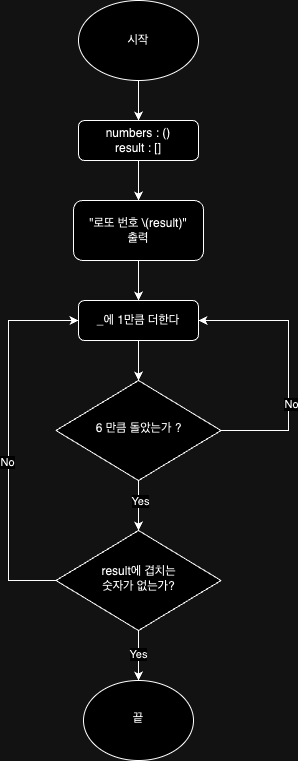
Before: CodeStarterCamp_Week2/step1_순서도.png, a diagram exported from draw.io (yagom-academy/swift-starter-Round2). Source tidied: cells renumbered, new cells last; positions are measured from the earlier drawing's top-left corner, leaving out a move shared by most shapes.
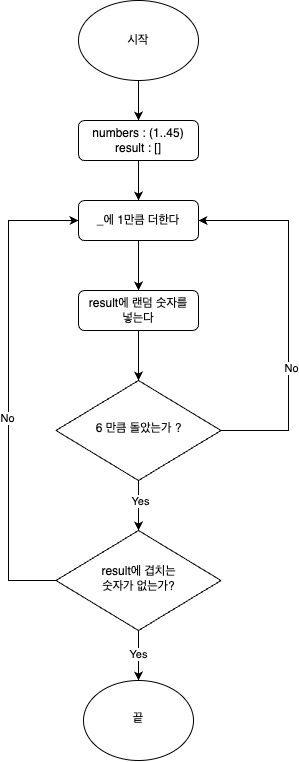
Above is the later version.

Commit message:
순서도 수정

What changed in the source:
```diff
@@ -2,35 +2,29 @@
   <root>
     <mxCell id="0" />
     <mxCell id="1" parent="0" />
+    <mxCell id="21" style="edgeStyle=orthogonalEdgeStyle;rounded=0;jettySize=auto;html=1;" parent="1" edge="1" source="2" target="9">
+      <mxGeometry relative="1" as="geometry" />
+    </mxCell>
-    <mxCell id="2" value="numbers : ()&lt;br&gt;result : []" style="rounded=1;whiteSpace=wrap;html=1;fontSize=12;glass=0;strokeWidth=1;shadow=0;" parent="1" vertex="1">
+    <mxCell id="2" value="numbers : (1..45)&lt;br&gt;result : []" style="rounded=1;whiteSpace=wrap;html=1;fontSize=12;glass=0;strokeWidth=1;shadow=0;" parent="1" vertex="1">
       <mxGeometry x="70" y="120" width="120" height="40" as="geometry" />
     </mxCell>
     <mxCell id="3" value="시작" style="ellipse;whiteSpace=wrap;html=1;" parent="1" vertex="1">
       <mxGeometry x="70" width="120" height="80" as="geometry" />
     </mxCell>
-    <mxCell id="4" style="edgeStyle=orthogonalEdgeStyle;rounded=0;jettySize=auto;html=1;" parent="1" edge="1" source="5" target="9">
-      <mxGeometry relative="1" as="geometry" />
-    </mxCell>
-    <mxCell id="5" value="&quot;로또 번호 \(result)&quot; &lt;br&gt;출력" style="rounded=1;whiteSpace=wrap;html=1;" parent="1" vertex="1">
-      <mxGeometry x="65" y="200" width="130" height="60" as="geometry" />
-    </mxCell>
-    <mxCell id="6" style="endArrow=classic;html=1;rounded=0;exitX=0.5;exitY=1;exitDx=0;exitDy=0;entryX=0.5;entryY=0;entryDx=0;entryDy=0;" parent="1" edge="1" source="2" target="5">
-      <mxGeometry relative="1" as="geometry" />
-    </mxCell>
     <mxCell id="7" style="endArrow=classic;html=1;rounded=0;exitX=0.5;exitY=1;exitDx=0;exitDy=0;" parent="1" edge="1" source="3" target="2">
       <mxGeometry relative="1" as="geometry" />
     </mxCell>
-    <mxCell id="8" style="edgeStyle=orthogonalEdgeStyle;rounded=0;jettySize=auto;html=1;" parent="1" edge="1" source="9" target="14">
-      <mxGeometry relative="1" as="geometry" />
-    </mxCell>
+    <mxCell id="22" style="edgeStyle=orthogonalEdgeStyle;rounded=0;jettySize=auto;html=1;" parent="1" edge="1" source="9" target="24">
+      <mxGeometry relative="1" as="geometry" />
+    </mxCell>
     <mxCell id="9" value="_에 1만큼 더한다" style="rounded=1;whiteSpace=wrap;html=1;fontSize=12;glass=0;strokeWidth=1;shadow=0;" parent="1" vertex="1">
-      <mxGeometry x="70" y="300" width="120" height="40" as="geometry" />
+      <mxGeometry x="70" y="200" width="120" height="40" as="geometry" />
     </mxCell>
     <mxCell id="10" style="edgeStyle=orthogonalEdgeStyle;rounded=0;jettySize=auto;html=1;entryX=1;entryY=0.5;entryDx=0;entryDy=0;" parent="1" edge="1" source="14" target="9">
       <mxGeometry relative="1" as="geometry">
         <Array as="points">
           <mxPoint x="280" y="430" />
-          <mxPoint x="280" y="320" />
+          <mxPoint x="280" y="220" />
         </Array>
       </mxGeometry>
     </mxCell>
@@ -62,12 +56,18 @@
       <mxGeometry relative="1" as="geometry">
         <Array as="points">
           <mxPoint y="580" />
-          <mxPoint y="320" />
+          <mxPoint y="220" />
         </Array>
       </mxGeometry>
     </mxCell>
     <mxCell id="20" value="No" style="edgeLabel;html=1;align=center;verticalAlign=middle;" parent="19" vertex="1">
       <mxGeometry x="-0.12" y="2" relative="1" as="geometry" />
     </mxCell>
+    <mxCell id="23" style="edgeStyle=orthogonalEdgeStyle;rounded=0;jettySize=auto;html=1;" parent="1" edge="1" source="24" target="14">
+      <mxGeometry relative="1" as="geometry" />
+    </mxCell>
+    <mxCell id="24" value="result에 랜덤 숫자를 &lt;br&gt;넣는다" style="rounded=1;whiteSpace=wrap;html=1;fontSize=12;glass=0;strokeWidth=1;shadow=0;" parent="1" vertex="1">
+      <mxGeometry x="70" y="290" width="120" height="40" as="geometry" />
+    </mxCell>
   </root>
 </mxGraphModel>
```
